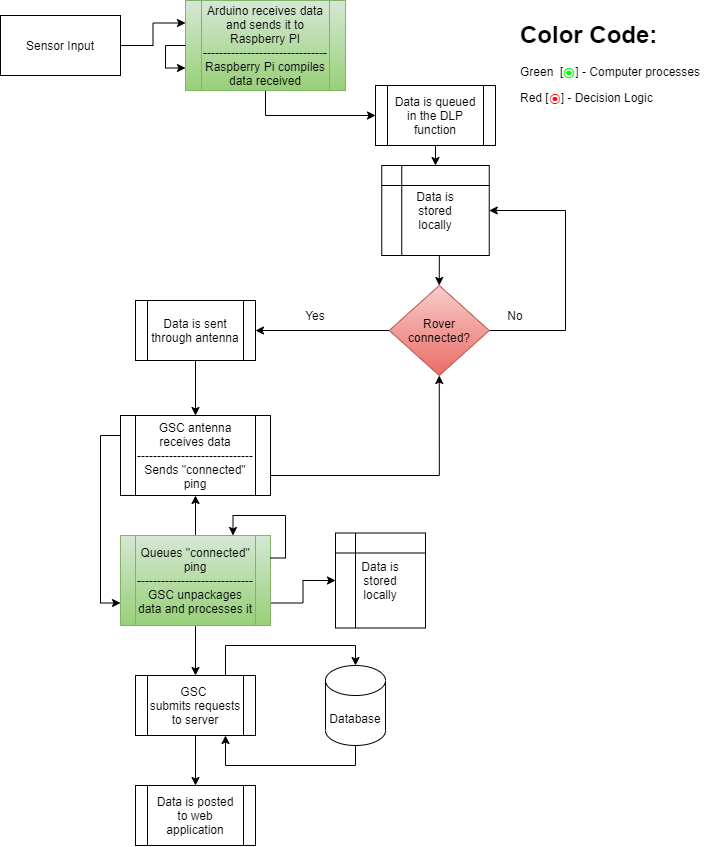
Earlier version of the draw.io export DataFlow(11_28_2020).png (UPRM-Moonbuggy-Telemetry/OnBoard-Scripts). Source tidied: cells renumbered, new cells last; positions are measured from the earlier drawing's top-left corner, leaving out a move shared by most shapes.
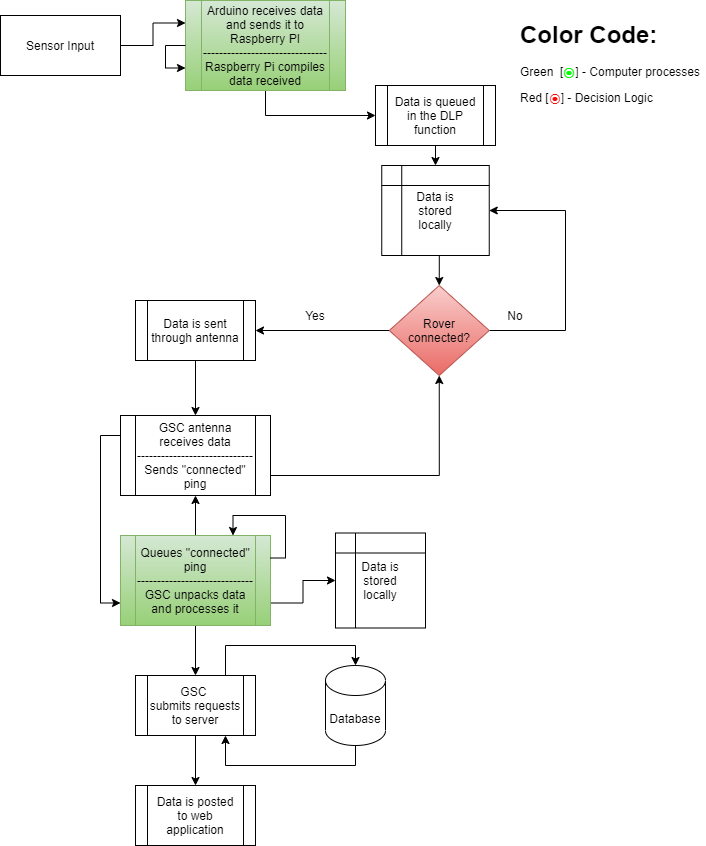
The same file after the commit.

Commit message:
Fixed typos in previous submission. #25

What changed in the source:
```diff
@@ -72,7 +72,7 @@
     <mxCell id="22" style="edgeStyle=orthogonalEdgeStyle;rounded=0;jettySize=auto;html=1;exitX=0.5;exitY=1;exitDx=0;exitDy=0;entryX=0.5;entryY=0;entryDx=0;entryDy=0;" parent="1" edge="1" source="23" target="28">
       <mxGeometry relative="1" as="geometry" />
     </mxCell>
-    <mxCell id="23" value="Queues &quot;connected&quot; ping&lt;br&gt;-----------------------------&lt;br&gt;GSC unpackages data and processes it" style="shape=process;whiteSpace=wrap;html=1;backgroundOutline=1;gradientColor=#97d077;fillColor=#d5e8d4;strokeColor=#82b366;" parent="1" vertex="1">
+    <mxCell id="23" value="Queues &quot;connected&quot; ping&lt;br&gt;-----------------------------&lt;br&gt;GSC unpacks data and processes it" style="shape=process;whiteSpace=wrap;html=1;backgroundOutline=1;gradientColor=#97d077;fillColor=#d5e8d4;strokeColor=#82b366;" parent="1" vertex="1">
       <mxGeometry x="120" y="535" width="150" height="90" as="geometry" />
     </mxCell>
     <mxCell id="24" style="edgeStyle=orthogonalEdgeStyle;rounded=0;orthogonalLoop=1;jettySize=auto;html=1;exitX=1;exitY=0.25;exitDx=0;exitDy=0;entryX=0.75;entryY=0;entryDx=0;entryDy=0;" parent="1" edge="1" source="23" target="23">
```
